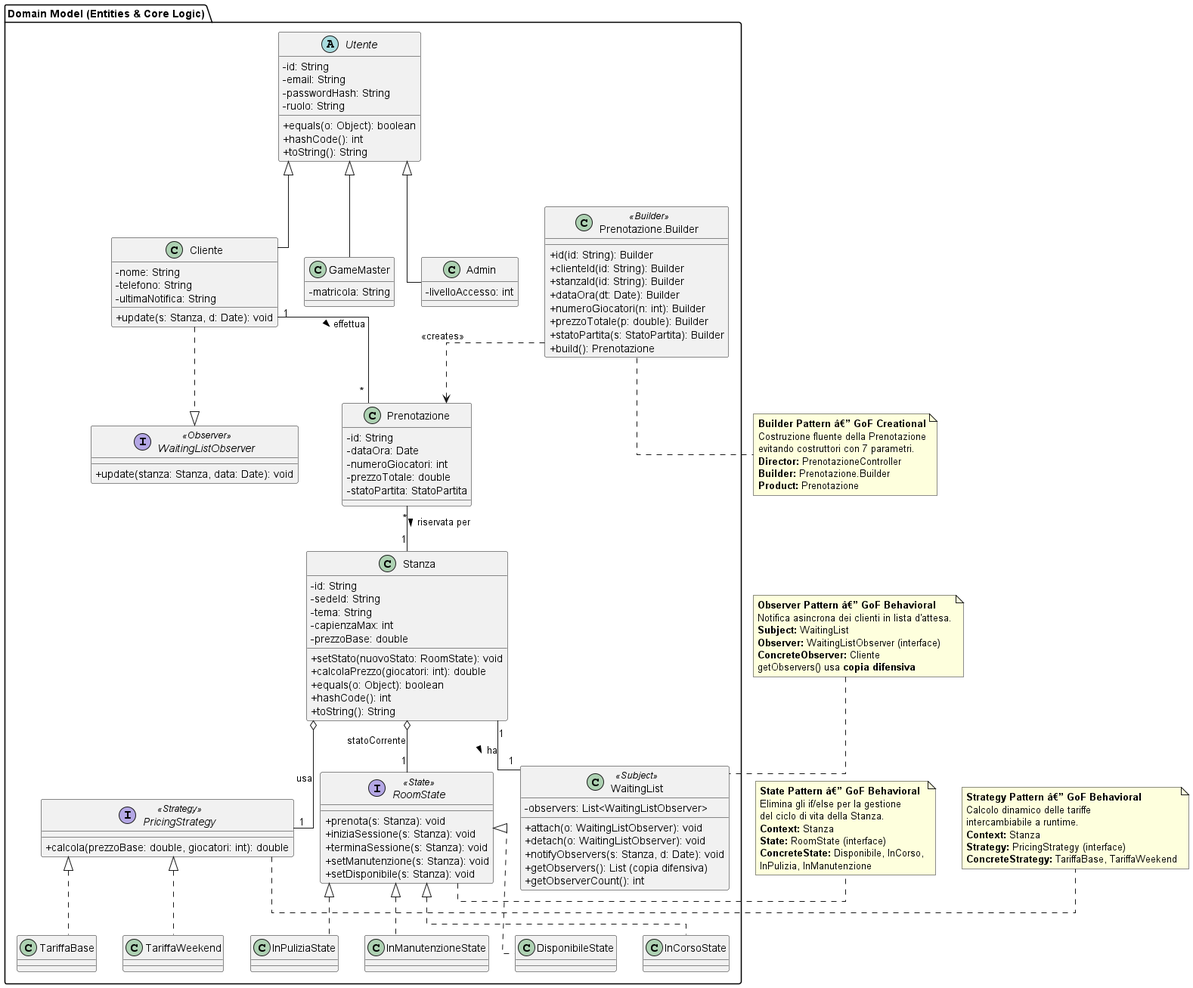
Adrycasta04/EscapeManager keeps this PlantUML diagram as LaTeX/images/domain_model.png. Above is the earlier version.
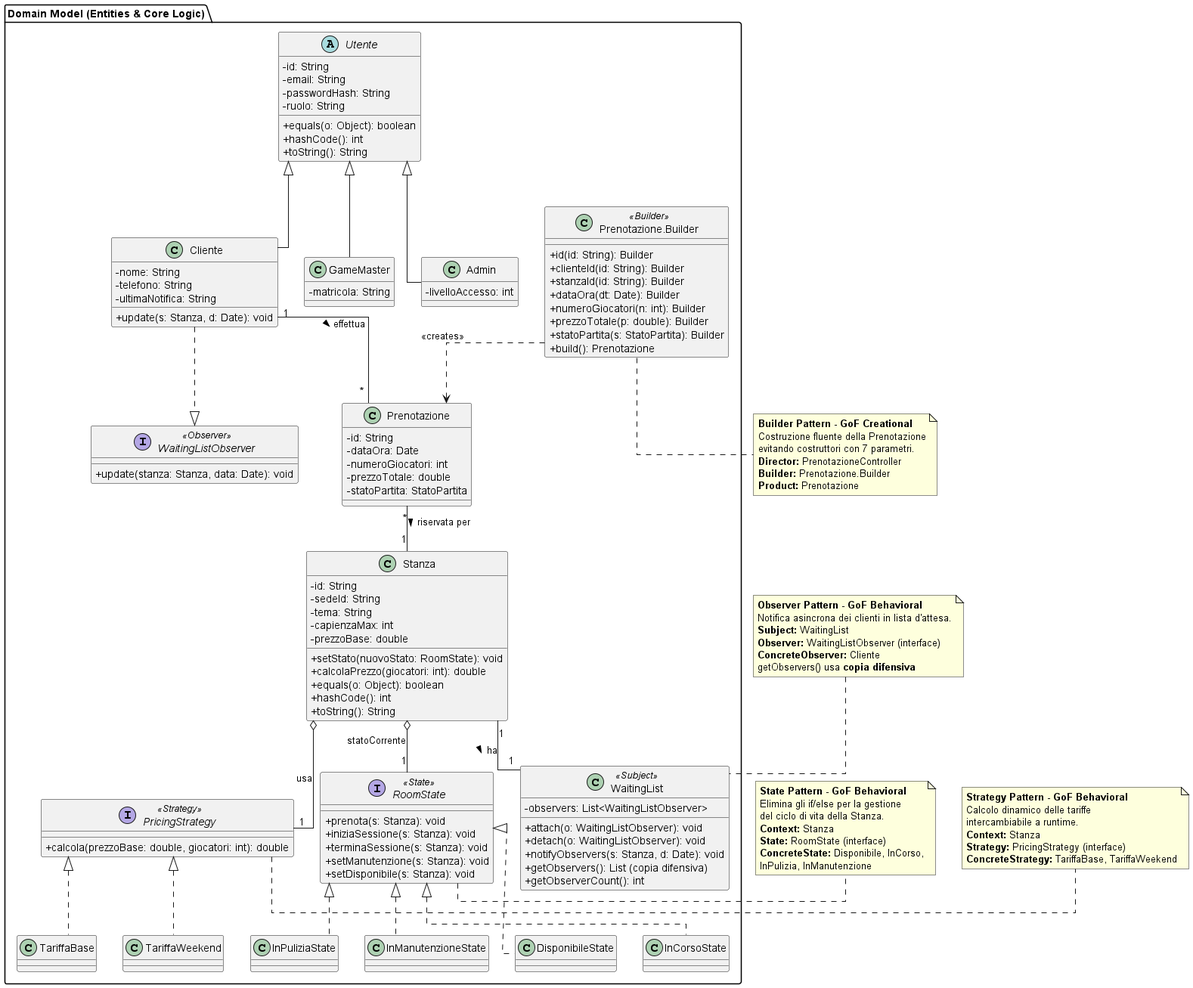
The same file after the commit.

What changed in the source:
```diff
@@ -102,7 +102,7 @@
 }
 
 note right of RoomState
-    **State Pattern â€” GoF Behavioral**
+    **State Pattern - GoF Behavioral**
     Elimina gli if/else per la gestione
     del ciclo di vita della Stanza.
     **Context:** Stanza
@@ -112,7 +112,7 @@
 end note
 
 note right of PricingStrategy
-    **Strategy Pattern â€” GoF Behavioral**
+    **Strategy Pattern - GoF Behavioral**
     Calcolo dinamico delle tariffe
     intercambiabile a runtime.
     **Context:** Stanza
@@ -121,7 +121,7 @@
 end note
 
 note top of WaitingList
-    **Observer Pattern â€” GoF Behavioral**
+    **Observer Pattern - GoF Behavioral**
     Notifica asincrona dei clienti in lista d'attesa.
     **Subject:** WaitingList
     **Observer:** WaitingListObserver (interface)
@@ -130,7 +130,7 @@
 end note
 
 note bottom of PBuilder
-    **Builder Pattern â€” GoF Creational**
+    **Builder Pattern - GoF Creational**
     Costruzione fluente della Prenotazione
     evitando costruttori con 7 parametri.
     **Director:** PrenotazioneController
```
